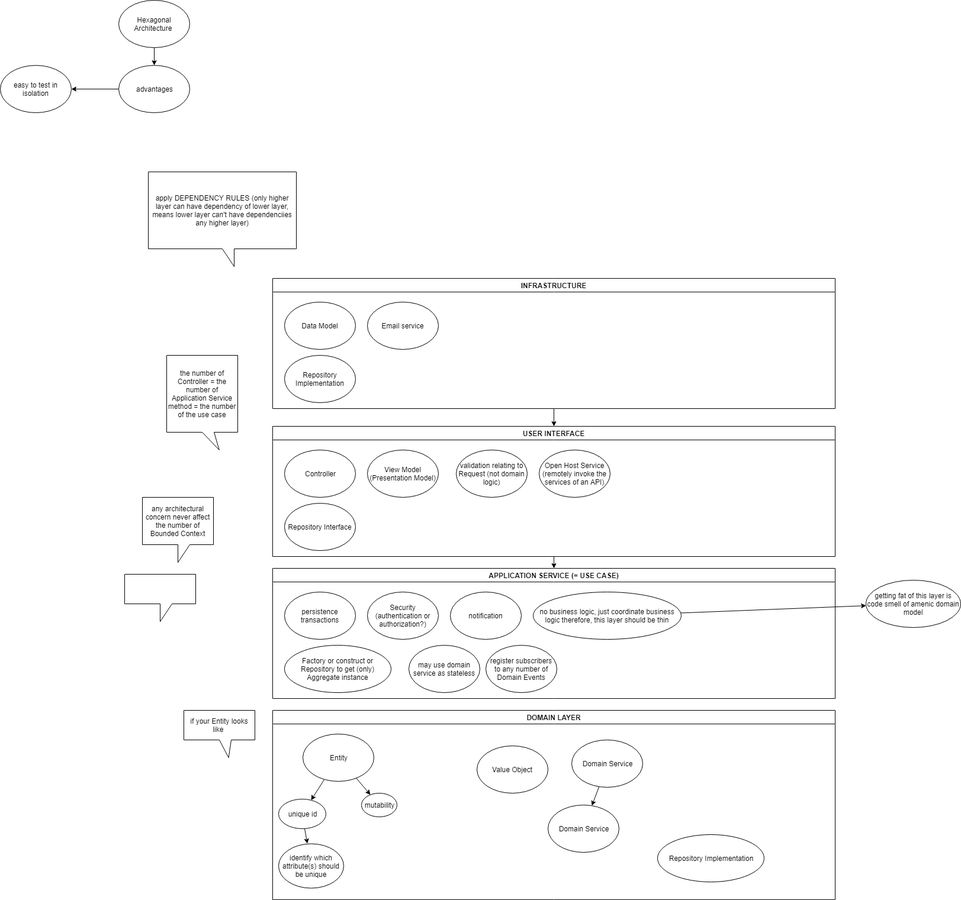
This is layered_architecure_high_level_design.PNG from stsiwo/ddd_concept, a draw.io export, as it was before one commit. Source tidied: cells renumbered, new cells last; positions are measured from the earlier drawing's top-left corner, leaving out a move shared by most shapes.
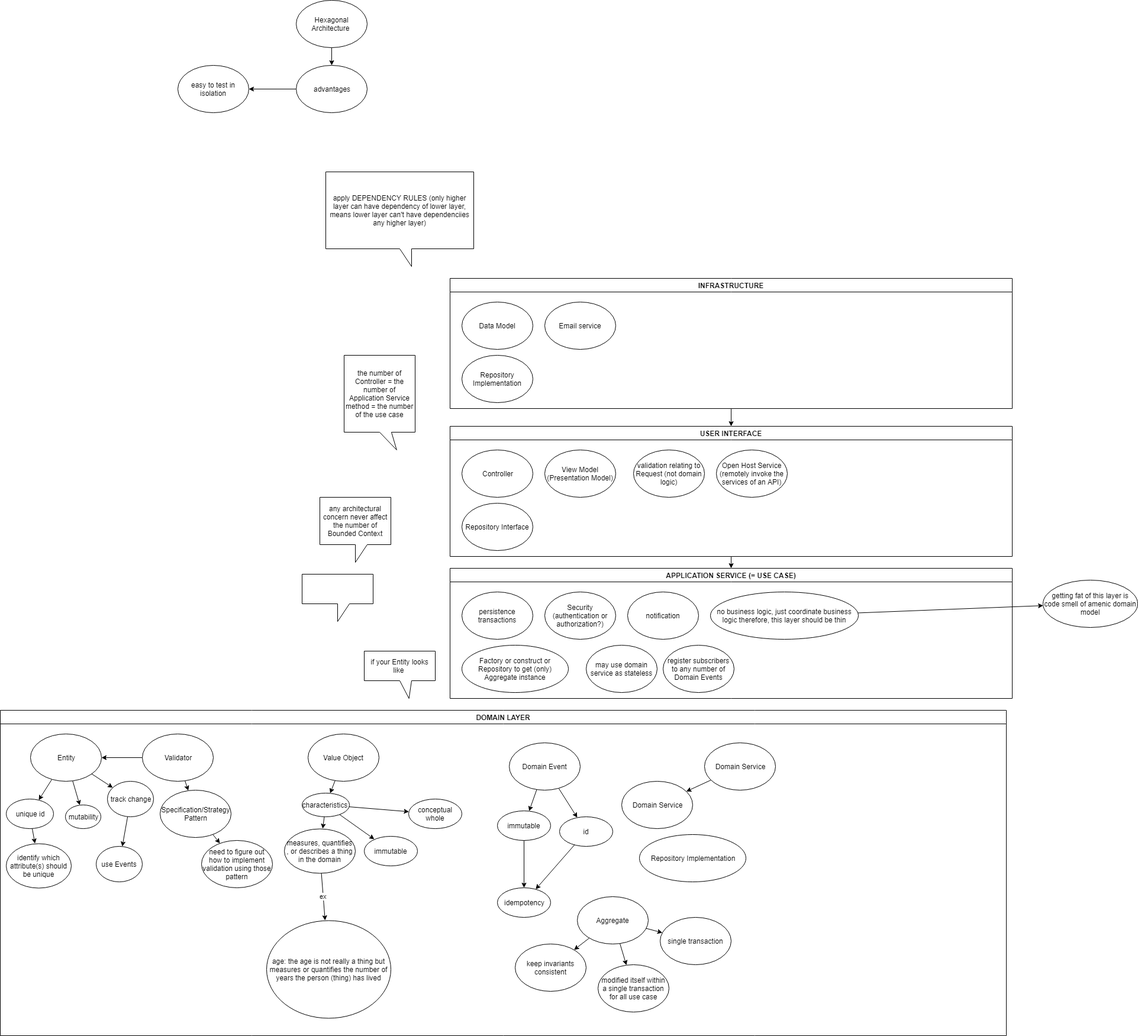
The same diagram one commit later.

Change to the diagram source:
```diff
@@ -72,7 +72,7 @@
       <mxGeometry x="160" y="40" width="120" height="80" as="geometry" />
     </mxCell>
     <mxCell id="25" value="DOMAIN LAYER" style="swimlane;" parent="1" vertex="1">
-      <mxGeometry x="460" y="1200" width="950" height="320" as="geometry" />
+      <mxGeometry x="-300" y="1200" width="1700" height="550" as="geometry" />
     </mxCell>
     <mxCell id="26" style="edgeStyle=none;rounded=0;jettySize=auto;html=1;" parent="25" edge="1" source="28" target="31">
       <mxGeometry relative="1" as="geometry" />
@@ -80,11 +80,23 @@
     <mxCell id="27" style="edgeStyle=none;rounded=0;jettySize=auto;html=1;" parent="25" edge="1" source="28" target="29">
       <mxGeometry relative="1" as="geometry" />
     </mxCell>
+    <mxCell id="47" style="edgeStyle=none;rounded=0;jettySize=auto;html=1;" parent="25" edge="1" source="28" target="49">
+      <mxGeometry relative="1" as="geometry" />
+    </mxCell>
     <mxCell id="28" value="Entity" style="ellipse;whiteSpace=wrap;html=1;" parent="25" vertex="1">
       <mxGeometry x="51" y="40" width="120" height="80" as="geometry" />
     </mxCell>
+    <mxCell id="48" style="edgeStyle=none;rounded=0;jettySize=auto;html=1;" parent="25" edge="1" source="49" target="50">
+      <mxGeometry relative="1" as="geometry" />
+    </mxCell>
+    <mxCell id="49" value="track change" style="ellipse;whiteSpace=wrap;html=1;" parent="25" vertex="1">
+      <mxGeometry x="181" y="120" width="78" height="60" as="geometry" />
+    </mxCell>
+    <mxCell id="50" value="use Events" style="ellipse;whiteSpace=wrap;html=1;" parent="25" vertex="1">
+      <mxGeometry x="162" y="230" width="78" height="60" as="geometry" />
+    </mxCell>
     <mxCell id="29" value="mutability" style="ellipse;whiteSpace=wrap;html=1;" parent="25" vertex="1">
-      <mxGeometry x="150" y="140" width="60" height="40" as="geometry" />
+      <mxGeometry x="110" y="160" width="60" height="40" as="geometry" />
     </mxCell>
     <mxCell id="30" style="edgeStyle=none;rounded=0;jettySize=auto;html=1;" parent="25" edge="1" source="31" target="32">
       <mxGeometry relative="1" as="geometry" />
@@ -95,21 +107,114 @@
     <mxCell id="32" value="identify which attribute(s) should be unique" style="ellipse;whiteSpace=wrap;html=1;" parent="25" vertex="1">
       <mxGeometry x="10" y="225" width="110" height="75" as="geometry" />
     </mxCell>
+    <mxCell id="51" style="edgeStyle=none;rounded=0;jettySize=auto;html=1;" parent="25" edge="1" source="55" target="58">
+      <mxGeometry relative="1" as="geometry" />
+    </mxCell>
+    <mxCell id="52" style="edgeStyle=none;rounded=0;jettySize=auto;html=1;" parent="25" edge="1" source="33" target="55">
+      <mxGeometry relative="1" as="geometry" />
+    </mxCell>
     <mxCell id="33" value="Value Object" style="ellipse;whiteSpace=wrap;html=1;" parent="25" vertex="1">
-      <mxGeometry x="345" y="60" width="120" height="80" as="geometry" />
+      <mxGeometry x="520" y="40" width="120" height="80" as="geometry" />
     </mxCell>
+    <mxCell id="53" style="edgeStyle=none;rounded=0;jettySize=auto;html=1;" parent="25" edge="1" source="55" target="56">
+      <mxGeometry relative="1" as="geometry" />
+    </mxCell>
+    <mxCell id="54" style="edgeStyle=none;rounded=0;jettySize=auto;html=1;" parent="25" edge="1" source="55" target="66">
+      <mxGeometry relative="1" as="geometry" />
+    </mxCell>
+    <mxCell id="55" value="characteristics&amp;nbsp;" style="ellipse;whiteSpace=wrap;html=1;" parent="25" vertex="1">
+      <mxGeometry x="510" y="140" width="80" height="40" as="geometry" />
+    </mxCell>
+    <mxCell id="56" value="immutable" style="ellipse;whiteSpace=wrap;html=1;" parent="25" vertex="1">
+      <mxGeometry x="615" y="212.5" width="90" height="50" as="geometry" />
+    </mxCell>
+    <mxCell id="57" value="ex" style="edgeStyle=none;rounded=0;jettySize=auto;html=1;" parent="25" edge="1" source="58" target="59">
+      <mxGeometry relative="1" as="geometry" />
+    </mxCell>
+    <mxCell id="58" value="measures, quantifies , or describes a thing in the domain" style="ellipse;whiteSpace=wrap;html=1;" parent="25" vertex="1">
+      <mxGeometry x="480" y="200" width="120" height="75" as="geometry" />
+    </mxCell>
+    <mxCell id="59" value="age: the age is not really a thing but measures or quantifies the number of years the person (thing) has lived" style="ellipse;whiteSpace=wrap;html=1;" parent="25" vertex="1">
+      <mxGeometry x="450" y="355" width="210" height="165" as="geometry" />
+    </mxCell>
     <mxCell id="34" style="edgeStyle=none;rounded=0;jettySize=auto;html=1;" parent="25" edge="1" source="35" target="36">
       <mxGeometry relative="1" as="geometry" />
     </mxCell>
     <mxCell id="35" value="Domain Service" style="ellipse;whiteSpace=wrap;html=1;" parent="25" vertex="1">
-      <mxGeometry x="505" y="50" width="120" height="80" as="geometry" />
+      <mxGeometry x="1190" y="55" width="120" height="80" as="geometry" />
     </mxCell>
     <mxCell id="36" value="Domain Service" style="ellipse;whiteSpace=wrap;html=1;" parent="25" vertex="1">
-      <mxGeometry x="465" y="160" width="120" height="80" as="geometry" />
+      <mxGeometry x="1050" y="120" width="120" height="80" as="geometry" />
     </mxCell>
     <mxCell id="37" value="Repository Implementation" style="ellipse;whiteSpace=wrap;html=1;" parent="25" vertex="1">
-      <mxGeometry x="650" y="210" width="180" height="80" as="geometry" />
+      <mxGeometry x="1080" y="210" width="180" height="80" as="geometry" />
     </mxCell>
+    <mxCell id="60" style="edgeStyle=none;rounded=0;jettySize=auto;html=1;" parent="25" edge="1" source="62" target="64">
+      <mxGeometry relative="1" as="geometry" />
+    </mxCell>
+    <mxCell id="61" style="edgeStyle=none;rounded=0;jettySize=auto;html=1;" parent="25" edge="1" source="62" target="28">
+      <mxGeometry relative="1" as="geometry" />
+    </mxCell>
+    <mxCell id="62" value="Validator" style="ellipse;whiteSpace=wrap;html=1;" parent="25" vertex="1">
+      <mxGeometry x="240" y="40" width="120" height="80" as="geometry" />
+    </mxCell>
+    <mxCell id="63" style="edgeStyle=none;rounded=0;jettySize=auto;html=1;" parent="25" edge="1" source="64" target="65">
+      <mxGeometry relative="1" as="geometry" />
+    </mxCell>
+    <mxCell id="64" value="Specification/Strategy Pattern" style="ellipse;whiteSpace=wrap;html=1;" parent="25" vertex="1">
+      <mxGeometry x="270" y="135" width="120" height="80" as="geometry" />
+    </mxCell>
+    <mxCell id="65" value="need to figure out how to implement validation using those pattern" style="ellipse;whiteSpace=wrap;html=1;" parent="25" vertex="1">
+      <mxGeometry x="340" y="220" width="120" height="80" as="geometry" />
+    </mxCell>
+    <mxCell id="66" value="conceptual whole" style="ellipse;whiteSpace=wrap;html=1;" parent="25" vertex="1">
+      <mxGeometry x="690" y="150" width="90" height="50" as="geometry" />
+    </mxCell>
+    <mxCell id="67" style="edgeStyle=none;rounded=0;jettySize=auto;html=1;" parent="25" edge="1" source="69" target="71">
+      <mxGeometry relative="1" as="geometry" />
+    </mxCell>
+    <mxCell id="68" style="edgeStyle=none;rounded=0;jettySize=auto;html=1;" parent="25" edge="1" source="69" target="74">
+      <mxGeometry relative="1" as="geometry" />
+    </mxCell>
+    <mxCell id="69" value="Domain Event" style="ellipse;whiteSpace=wrap;html=1;" parent="25" vertex="1">
+      <mxGeometry x="860" y="55" width="120" height="80" as="geometry" />
+    </mxCell>
+    <mxCell id="70" style="edgeStyle=none;rounded=0;jettySize=auto;html=1;" parent="25" edge="1" source="71" target="72">
+      <mxGeometry relative="1" as="geometry" />
+    </mxCell>
+    <mxCell id="71" value="immutable" style="ellipse;whiteSpace=wrap;html=1;" parent="25" vertex="1">
+      <mxGeometry x="840" y="170" width="90" height="50" as="geometry" />
+    </mxCell>
+    <mxCell id="72" value="idempotency" style="ellipse;whiteSpace=wrap;html=1;" parent="25" vertex="1">
+      <mxGeometry x="840" y="300" width="90" height="50" as="geometry" />
+    </mxCell>
+    <mxCell id="73" style="edgeStyle=none;rounded=0;jettySize=auto;html=1;" parent="25" edge="1" source="74" target="72">
+      <mxGeometry relative="1" as="geometry" />
+    </mxCell>
+    <mxCell id="74" value="id" style="ellipse;whiteSpace=wrap;html=1;" parent="25" vertex="1">
+      <mxGeometry x="945" y="180" width="90" height="50" as="geometry" />
+    </mxCell>
+    <mxCell id="75" style="edgeStyle=none;rounded=0;jettySize=auto;html=1;" parent="25" edge="1" source="78" target="81">
+      <mxGeometry relative="1" as="geometry" />
+    </mxCell>
+    <mxCell id="76" style="edgeStyle=none;rounded=0;jettySize=auto;html=1;" parent="25" edge="1" source="78" target="80">
+      <mxGeometry relative="1" as="geometry" />
+    </mxCell>
+    <mxCell id="77" style="edgeStyle=none;rounded=0;jettySize=auto;html=1;" parent="25" edge="1" source="78" target="79">
+      <mxGeometry relative="1" as="geometry" />
+    </mxCell>
+    <mxCell id="78" value="Aggregate" style="ellipse;whiteSpace=wrap;html=1;" parent="25" vertex="1">
+      <mxGeometry x="975" y="315" width="120" height="80" as="geometry" />
+    </mxCell>
+    <mxCell id="79" value="single transaction" style="ellipse;whiteSpace=wrap;html=1;" parent="25" vertex="1">
+      <mxGeometry x="1115" y="350" width="120" height="80" as="geometry" />
+    </mxCell>
+    <mxCell id="80" value="modified itself within a single transaction for all use case" style="ellipse;whiteSpace=wrap;html=1;" parent="25" vertex="1">
+      <mxGeometry x="1010" y="430" width="120" height="80" as="geometry" />
+    </mxCell>
+    <mxCell id="81" value="keep invariants consistent" style="ellipse;whiteSpace=wrap;html=1;" parent="25" vertex="1">
+      <mxGeometry x="870" y="395" width="120" height="80" as="geometry" />
+    </mxCell>
     <mxCell id="38" value="the number of Controller = the number of Application Service method = the number of the use case" style="shape=callout;whiteSpace=wrap;html=1;perimeter=calloutPerimeter;position2=0.74;" parent="1" vertex="1">
       <mxGeometry x="281" y="600" width="120" height="160" as="geometry" />
     </mxCell>
@@ -135,7 +240,7 @@
       <mxGeometry x="210" y="970" width="120" height="80" as="geometry" />
     </mxCell>
     <mxCell id="46" value="if your Entity looks like&amp;nbsp;" style="shape=callout;whiteSpace=wrap;html=1;perimeter=calloutPerimeter;position2=0.63;" parent="1" vertex="1">
-      <mxGeometry x="310" y="1200" width="120" height="80" as="geometry" />
+      <mxGeometry x="315" y="1100" width="120" height="80" as="geometry" />
     </mxCell>
   </root>
 </mxGraphModel>
```
